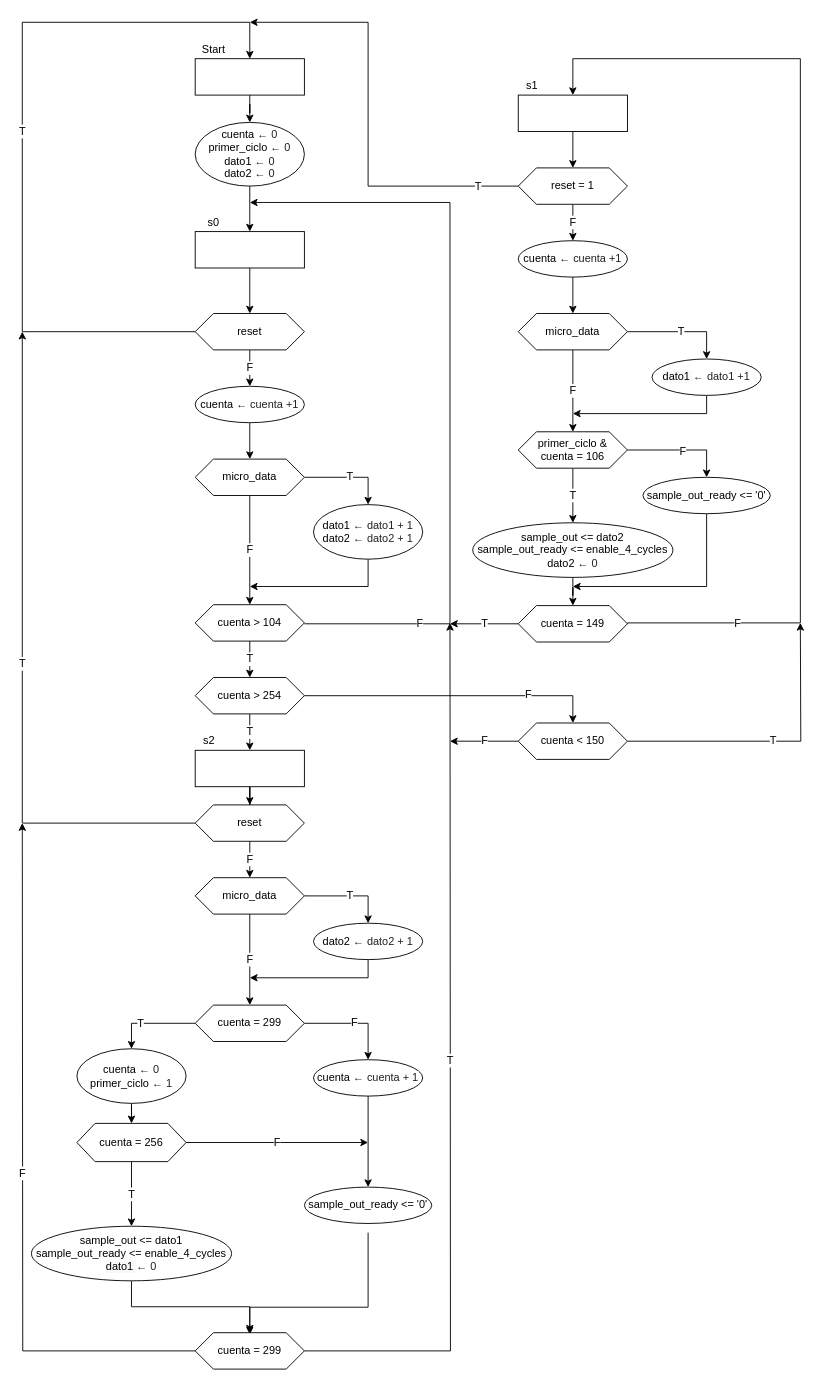
Above: Diagrama ASMD (1.4) masbonito.drawio in crbgx/DSED-2021 (draw.io), before the change. Source tidied: cells renumbered, new cells numbered last; positions are measured from the earlier drawing's top-left corner, leaving out a move shared by most shapes. Both pictures are drawn from the tidied source at 91%, with x=0, y=0 at pixel (22, 22).
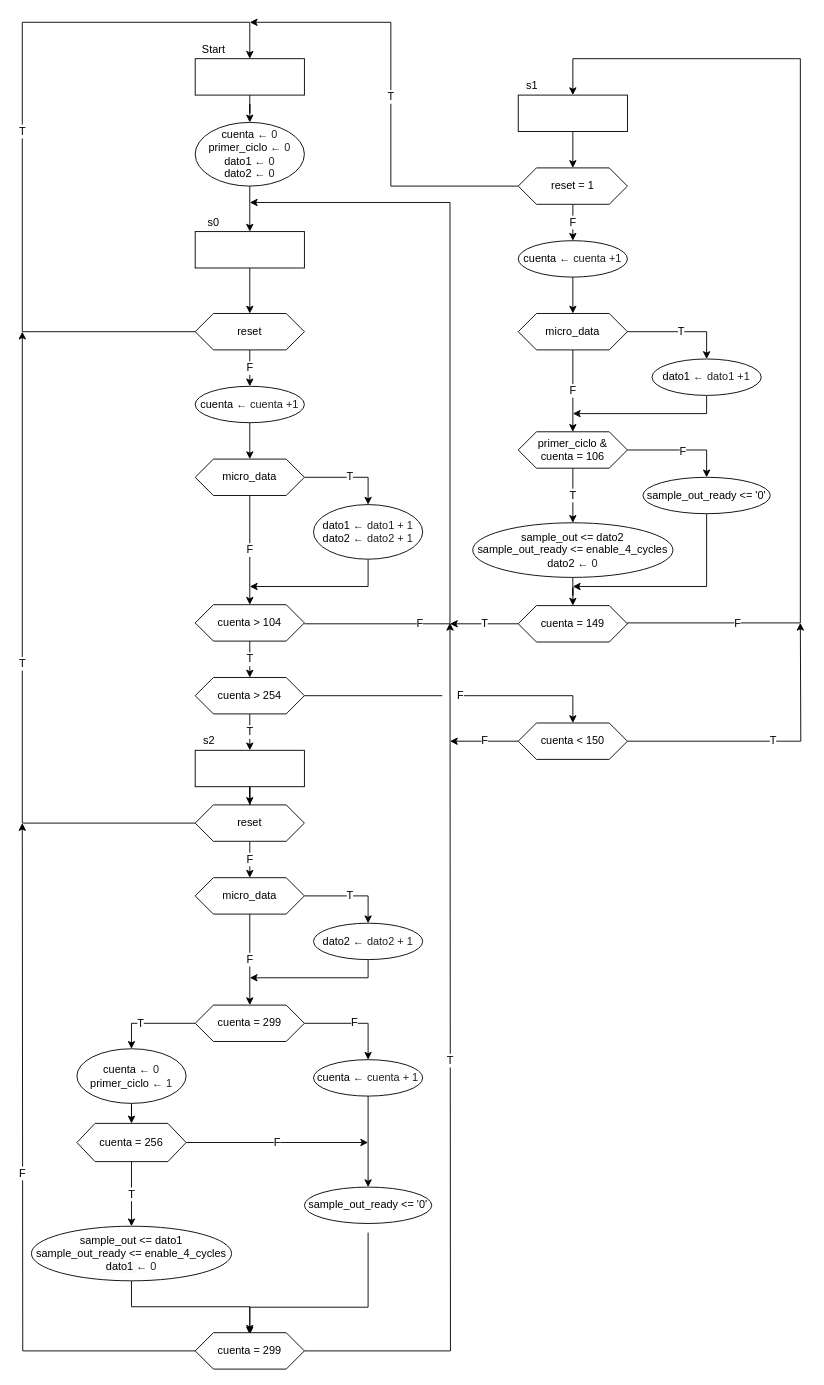
Above is the later version.

Commit message (it also covers changes not shown here):
cambios mini entrega

The change refers to these unchanged cells:
```xml
<mxCell id="27" value="cuenta &amp;gt; 254" style="shape=hexagon;perimeter=hexagonPerimeter2;whiteSpace=wrap;html=1;fixedSize=1;rounded=0;" parent="1" vertex="1">
  <mxGeometry x="190" y="720" width="120" height="40" as="geometry" />
</mxCell>
<mxCell id="59" value="cuenta &amp;lt; 150" style="shape=hexagon;perimeter=hexagonPerimeter2;whiteSpace=wrap;html=1;fixedSize=1;rounded=0;" parent="1" vertex="1">
  <mxGeometry x="545" y="770" width="120" height="40" as="geometry" />
</mxCell>
<mxCell id="66" value="reset = 1" style="shape=hexagon;perimeter=hexagonPerimeter2;whiteSpace=wrap;html=1;fixedSize=1;rounded=0;" parent="1" vertex="1">
  <mxGeometry x="545" y="160" width="120" height="40" as="geometry" />
</mxCell>
```

What changed in the source:
```diff
@@
-    <mxCell id="25" style="edgeStyle=orthogonalEdgeStyle;rounded=0;jettySize=auto;html=1;fontFamily=Helvetica;fontSize=12;" parent="1" edge="1" source="27" target="59">
+    <mxCell id="25" value="&amp;nbsp; &amp;nbsp; &amp;nbsp;F" style="edgeStyle=orthogonalEdgeStyle;rounded=0;jettySize=auto;html=1;fontFamily=Helvetica;fontSize=12;" parent="1" edge="1" source="27" target="59">
       <mxGeometry relative="1" as="geometry" />
     </mxCell>
-    <mxCell id="26" value="F" style="edgeLabel;html=1;align=center;verticalAlign=middle;fontSize=12;fontFamily=Helvetica;" parent="25" vertex="1">
-      <mxGeometry x="0.51" y="2" relative="1" as="geometry" />
-    </mxCell>
@@
-    <mxCell id="64" style="edgeStyle=orthogonalEdgeStyle;rounded=0;jettySize=auto;html=1;exitX=0;exitY=0.5;exitDx=0;exitDy=0;fontFamily=Helvetica;fontSize=12;" parent="1" edge="1" source="66">
+    <mxCell id="64" value="T" style="edgeStyle=orthogonalEdgeStyle;rounded=0;jettySize=auto;html=1;exitX=0;exitY=0.5;exitDx=0;exitDy=0;fontFamily=Helvetica;fontSize=12;" parent="1" edge="1" source="66">
       <mxGeometry relative="1" as="geometry">
         <mxPoint x="250" as="targetPoint" />
         <Array as="points">
-          <mxPoint x="380" y="180" />
-          <mxPoint x="380" />
+          <mxPoint x="405" y="180" />
+          <mxPoint x="405" />
         </Array>
       </mxGeometry>
     </mxCell>
-    <mxCell id="65" value="T" style="edgeLabel;html=1;align=center;verticalAlign=middle;fontSize=12;fontFamily=Helvetica;" parent="64" vertex="1">
-      <mxGeometry x="-0.81" relative="1" as="geometry" />
-    </mxCell>
```
